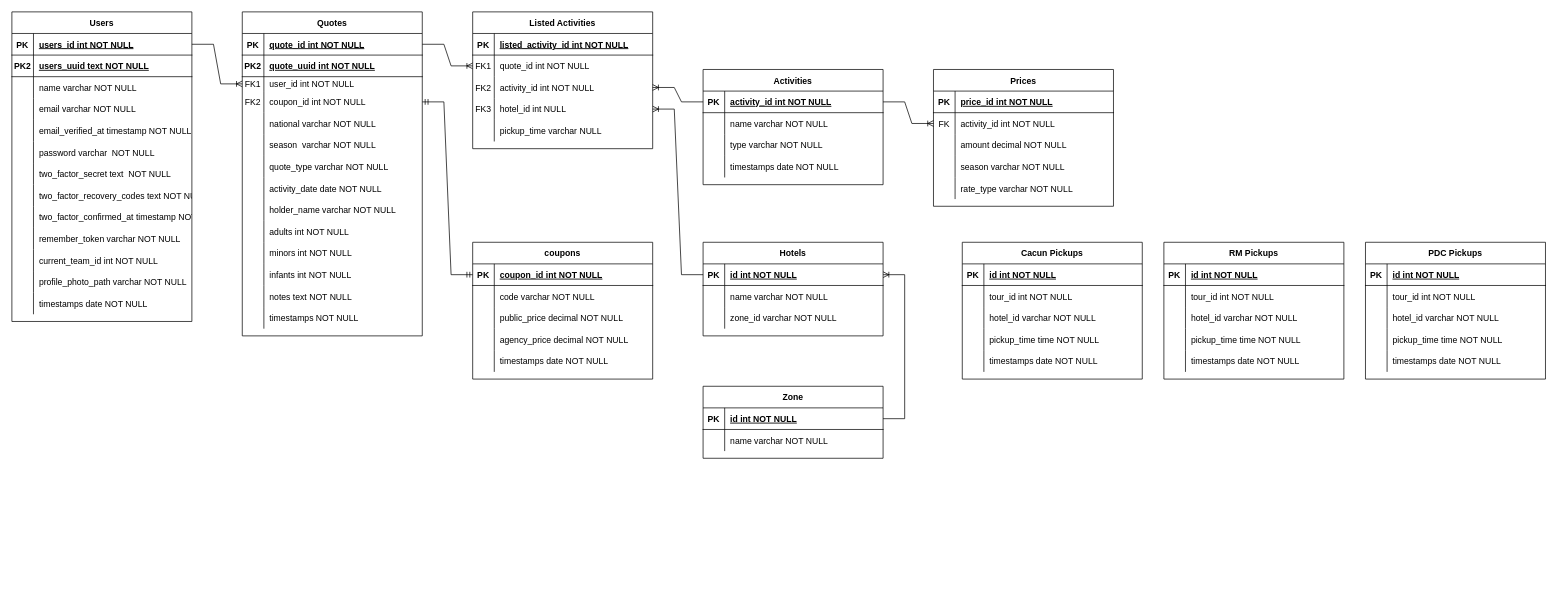
Earlier version of the draw.io diagram Diagrama sin título.drawio (Pcbtroniks/quote). Source tidied: cells renumbered, new cells numbered last; positions are measured from the earlier drawing's top-left corner, leaving out a move shared by most shapes. Both pictures are drawn from the tidied source at 72%, with x=0, y=0 at pixel (12, 12).
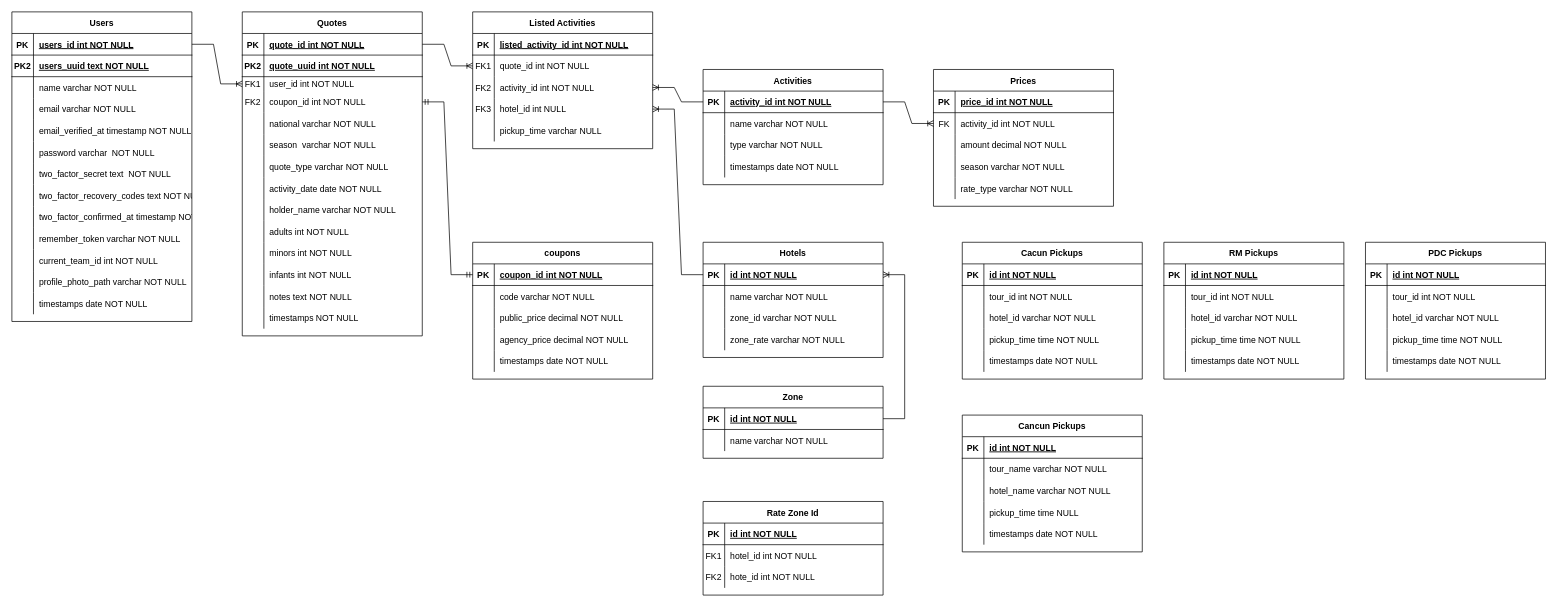
The same page after the edit.

Diff of the diagram source:
```diff
@@
     <mxCell id="162" value="Hotels" style="shape=table;startSize=30;childLayout=tableLayout;rowLines=0;fontStyle=1;align=center;" parent="1" vertex="1">
-      <mxGeometry x="960" y="320" width="250" height="130" as="geometry" />
+      <mxGeometry x="960" y="320" width="250" height="160" as="geometry" />
     </mxCell>
@@
+    <mxCell id="218" style="shape=partialRectangle;fillColor=none;top=0;left=0;right=0;bottom=0;" parent="162" vertex="1">
+      <mxGeometry y="120" width="250" height="30" as="geometry" />
+    </mxCell>
+    <mxCell id="219" style="shape=partialRectangle;overflow=hidden;fillColor=none;top=0;left=0;bottom=0;right=0;" parent="218" vertex="1">
+      <mxGeometry width="30" height="30" as="geometry" />
+    </mxCell>
+    <mxCell id="220" value="zone_rate varchar NOT NULL" style="shape=partialRectangle;overflow=hidden;fillColor=none;top=0;left=0;bottom=0;right=0;align=left;spacingLeft=6;" parent="218" vertex="1">
+      <mxGeometry x="30" width="220" height="30" as="geometry" />
+    </mxCell>
@@
+    <mxCell id="221" value="Rate Zone Id" style="shape=table;startSize=30;childLayout=tableLayout;rowLines=0;fontStyle=1;align=center;" parent="1" vertex="1">
+      <mxGeometry x="960" y="680" width="250" height="130" as="geometry" />
+    </mxCell>
+    <mxCell id="222" style="shape=partialRectangle;fillColor=none;top=0;left=0;right=0;bottom=1;" parent="221" vertex="1">
+      <mxGeometry y="30" width="250" height="30" as="geometry" />
+    </mxCell>
+    <mxCell id="223" value="PK" style="shape=partialRectangle;overflow=hidden;fillColor=none;top=0;left=0;bottom=0;right=0;fontStyle=1;" parent="222" vertex="1">
+      <mxGeometry width="30" height="30" as="geometry" />
+    </mxCell>
+    <mxCell id="224" value="id int NOT NULL " style="shape=partialRectangle;overflow=hidden;fillColor=none;top=0;left=0;bottom=0;right=0;align=left;spacingLeft=6;fontStyle=5;" parent="222" vertex="1">
+      <mxGeometry x="30" width="220" height="30" as="geometry" />
+    </mxCell>
+    <mxCell id="225" style="shape=partialRectangle;fillColor=none;top=0;left=0;right=0;bottom=0;" parent="221" vertex="1">
+      <mxGeometry y="60" width="250" height="30" as="geometry" />
+    </mxCell>
+    <mxCell id="226" value="FK1" style="shape=partialRectangle;overflow=hidden;fillColor=none;top=0;left=0;bottom=0;right=0;" parent="225" vertex="1">
+      <mxGeometry width="30" height="30" as="geometry" />
+    </mxCell>
+    <mxCell id="227" value="hotel_id int NOT NULL" style="shape=partialRectangle;overflow=hidden;fillColor=none;top=0;left=0;bottom=0;right=0;align=left;spacingLeft=6;" parent="225" vertex="1">
+      <mxGeometry x="30" width="220" height="30" as="geometry" />
+    </mxCell>
+    <mxCell id="228" style="shape=partialRectangle;fillColor=none;top=0;left=0;right=0;bottom=0;" parent="221" vertex="1">
+      <mxGeometry y="90" width="250" height="30" as="geometry" />
+    </mxCell>
+    <mxCell id="229" value="FK2" style="shape=partialRectangle;overflow=hidden;fillColor=none;top=0;left=0;bottom=0;right=0;" parent="228" vertex="1">
+      <mxGeometry width="30" height="30" as="geometry" />
+    </mxCell>
+    <mxCell id="230" value="hote_id int NOT NULL" style="shape=partialRectangle;overflow=hidden;fillColor=none;top=0;left=0;bottom=0;right=0;align=left;spacingLeft=6;" parent="228" vertex="1">
+      <mxGeometry x="30" width="220" height="30" as="geometry" />
+    </mxCell>
+    <mxCell id="231" value="Cancun Pickups" style="shape=table;startSize=30;childLayout=tableLayout;rowLines=0;fontStyle=1;align=center;" parent="1" vertex="1">
+      <mxGeometry x="1320" y="560" width="250" height="190" as="geometry" />
+    </mxCell>
+    <mxCell id="232" style="shape=partialRectangle;fillColor=none;top=0;left=0;right=0;bottom=1;" parent="231" vertex="1">
+      <mxGeometry y="30" width="250" height="30" as="geometry" />
+    </mxCell>
+    <mxCell id="233" value="PK" style="shape=partialRectangle;overflow=hidden;fillColor=none;top=0;left=0;bottom=0;right=0;fontStyle=1;" parent="232" vertex="1">
+      <mxGeometry width="30" height="30" as="geometry" />
+    </mxCell>
+    <mxCell id="234" value="id int NOT NULL " style="shape=partialRectangle;overflow=hidden;fillColor=none;top=0;left=0;bottom=0;right=0;align=left;spacingLeft=6;fontStyle=5;" parent="232" vertex="1">
+      <mxGeometry x="30" width="220" height="30" as="geometry" />
+    </mxCell>
+    <mxCell id="235" style="shape=partialRectangle;fillColor=none;top=0;left=0;right=0;bottom=0;" parent="231" vertex="1">
+      <mxGeometry y="60" width="250" height="30" as="geometry" />
+    </mxCell>
+    <mxCell id="236" style="shape=partialRectangle;overflow=hidden;fillColor=none;top=0;left=0;bottom=0;right=0;" parent="235" vertex="1">
+      <mxGeometry width="30" height="30" as="geometry" />
+    </mxCell>
+    <mxCell id="237" value="tour_name varchar NOT NULL" style="shape=partialRectangle;overflow=hidden;fillColor=none;top=0;left=0;bottom=0;right=0;align=left;spacingLeft=6;" parent="235" vertex="1">
+      <mxGeometry x="30" width="220" height="30" as="geometry" />
+    </mxCell>
+    <mxCell id="238" style="shape=partialRectangle;fillColor=none;top=0;left=0;right=0;bottom=0;" parent="231" vertex="1">
+      <mxGeometry y="90" width="250" height="30" as="geometry" />
+    </mxCell>
+    <mxCell id="239" style="shape=partialRectangle;overflow=hidden;fillColor=none;top=0;left=0;bottom=0;right=0;" parent="238" vertex="1">
+      <mxGeometry width="30" height="30" as="geometry" />
+    </mxCell>
+    <mxCell id="240" value="hotel_name varchar NOT NULL" style="shape=partialRectangle;overflow=hidden;fillColor=none;top=0;left=0;bottom=0;right=0;align=left;spacingLeft=6;" parent="238" vertex="1">
+      <mxGeometry x="30" width="220" height="30" as="geometry" />
+    </mxCell>
+    <mxCell id="241" style="shape=partialRectangle;fillColor=none;top=0;left=0;right=0;bottom=0;" parent="231" vertex="1">
+      <mxGeometry y="120" width="250" height="30" as="geometry" />
+    </mxCell>
+    <mxCell id="242" style="shape=partialRectangle;overflow=hidden;fillColor=none;top=0;left=0;bottom=0;right=0;" parent="241" vertex="1">
+      <mxGeometry width="30" height="30" as="geometry" />
+    </mxCell>
+    <mxCell id="243" value="pickup_time time NULL" style="shape=partialRectangle;overflow=hidden;fillColor=none;top=0;left=0;bottom=0;right=0;align=left;spacingLeft=6;" parent="241" vertex="1">
+      <mxGeometry x="30" width="220" height="30" as="geometry" />
+    </mxCell>
+    <mxCell id="244" style="shape=partialRectangle;fillColor=none;top=0;left=0;right=0;bottom=0;" parent="231" vertex="1">
+      <mxGeometry y="150" width="250" height="30" as="geometry" />
+    </mxCell>
+    <mxCell id="245" style="shape=partialRectangle;overflow=hidden;fillColor=none;top=0;left=0;bottom=0;right=0;" parent="244" vertex="1">
+      <mxGeometry width="30" height="30" as="geometry" />
+    </mxCell>
+    <mxCell id="246" value="timestamps date NOT NULL" style="shape=partialRectangle;overflow=hidden;fillColor=none;top=0;left=0;bottom=0;right=0;align=left;spacingLeft=6;" parent="244" vertex="1">
+      <mxGeometry x="30" width="220" height="30" as="geometry" />
+    </mxCell>
```
